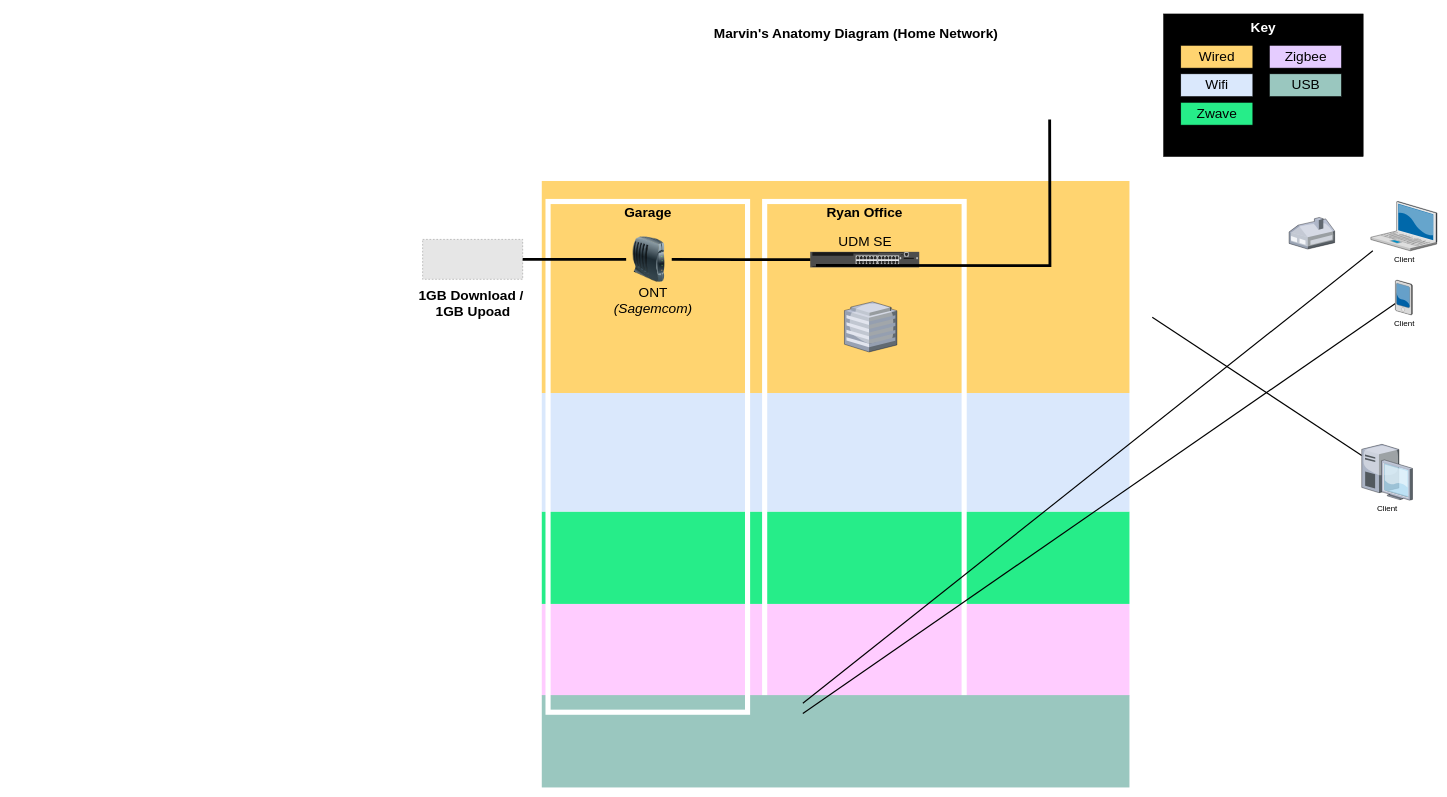
Above: MarvinsAnatomy_20240824_v1.drawio in RyanLynchUF/HomeAssistant (draw.io), before the change. Source tidied: cells renumbered, new cells numbered last; positions are measured from the earlier drawing's top-left corner, leaving out a move shared by most shapes. Both pictures are drawn from the tidied source at 57%, with x=0, y=0 at pixel (418, 14). Pictures stored in the file or linked from it are replaced by grey dashed boxes.
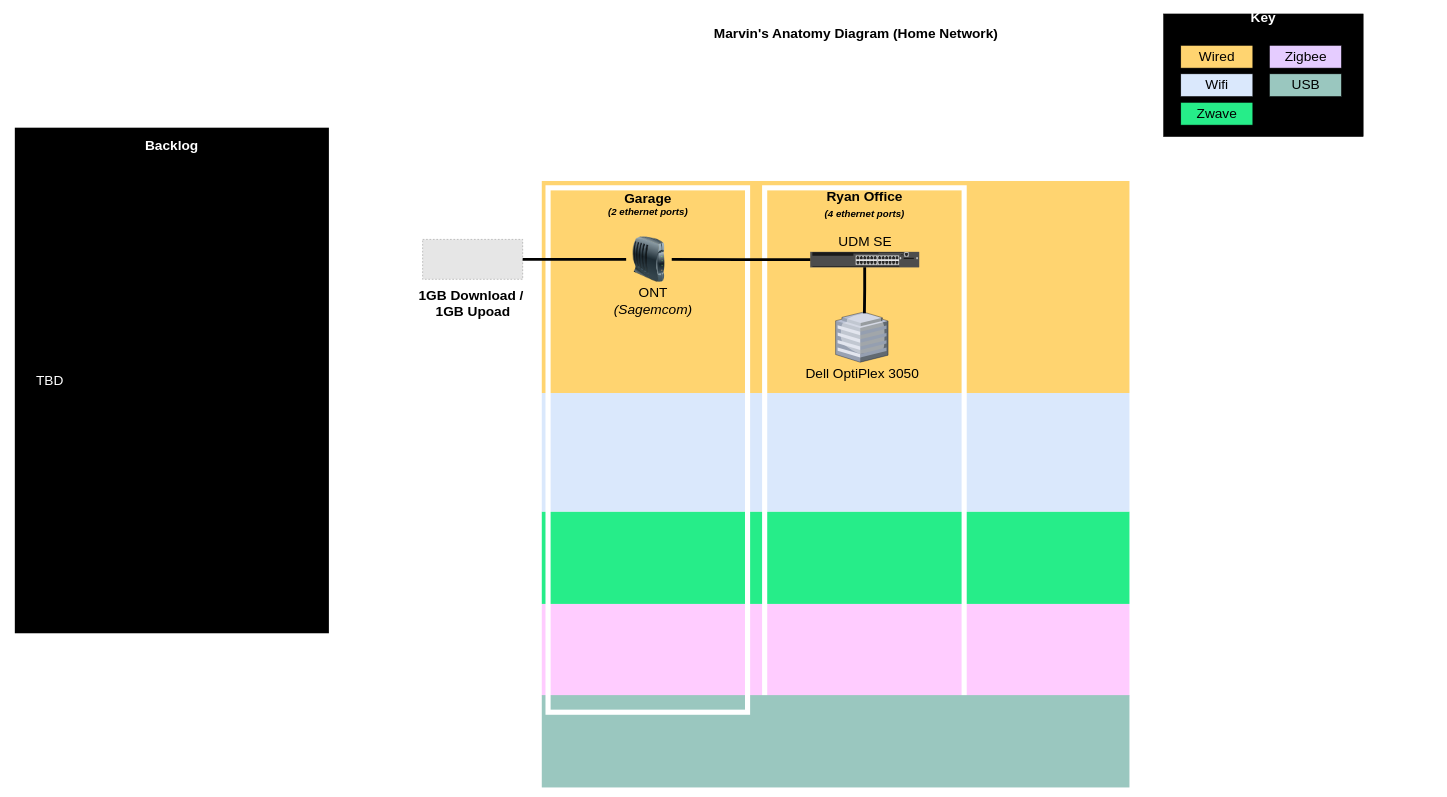
After the change.

The change refers to these unchanged cells:
```xml
<mxCell id="28" style="html=1;verticalLabelPosition=bottom;verticalAlign=top;outlineConnect=0;shadow=0;dashed=0;shape=mxgraph.rack.hpe_aruba.switches.jl071a_hpe_aruba_3810m_24_port_gt_1_slot_switch;" parent="1" vertex="1">
  <mxGeometry x="687" y="417.5" width="191" height="27" as="geometry" />
</mxCell>
```

Change to the diagram source:
```diff
@@
     <mxCell id="6" value="&lt;div&gt;&lt;font style=&quot;font-size: 24px;&quot;&gt;&lt;br&gt;&lt;/font&gt;&lt;/div&gt;" style="rounded=0;whiteSpace=wrap;html=1;fillColor=none;strokeColor=#FFFFFF;strokeWidth=9;" parent="1" vertex="1">
-      <mxGeometry x="607" y="329" width="350" height="896" as="geometry" />
+      <mxGeometry x="607" y="305" width="350" height="920" as="geometry" />
     </mxCell>
@@
-    <mxCell id="8" style="edgeStyle=none;rounded=0;html=1;startSize=10;endSize=10;jettySize=auto;fontSize=14;endArrow=none;endFill=0;strokeWidth=2;" parent="1" edge="1" source="9">
-      <mxGeometry relative="1" as="geometry">
-        <mxPoint x="674" y="1209.2" as="targetPoint" />
-      </mxGeometry>
-    </mxCell>
-    <mxCell id="9" value="Client" style="verticalLabelPosition=bottom;html=1;verticalAlign=top;strokeColor=none;shape=mxgraph.citrix.laptop_2;fillColor=#66B2FF;gradientColor=#0066CC;fontSize=14;" parent="1" vertex="1">
-      <mxGeometry x="1670.5" y="329" width="116" height="86.5" as="geometry" />
-    </mxCell>
-    <mxCell id="10" style="edgeStyle=none;rounded=0;html=1;startSize=10;endSize=10;jettySize=auto;fontSize=14;endArrow=none;endFill=0;strokeWidth=2;" parent="1" edge="1" source="11">
-      <mxGeometry relative="1" as="geometry">
-        <mxPoint x="1287" y="532.1" as="targetPoint" />
-      </mxGeometry>
-    </mxCell>
-    <mxCell id="11" value="Client" style="verticalLabelPosition=bottom;html=1;verticalAlign=top;strokeColor=none;shape=mxgraph.citrix.desktop;fillColor=#66B2FF;gradientColor=#0066CC;fontSize=14;" parent="1" vertex="1">
-      <mxGeometry x="1654.5" y="755" width="89" height="98" as="geometry" />
-    </mxCell>
-    <mxCell id="12" style="edgeStyle=none;rounded=0;html=1;startSize=10;endSize=10;jettySize=auto;fontSize=14;endArrow=none;endFill=0;strokeWidth=2;" parent="1" edge="1" source="13">
-      <mxGeometry relative="1" as="geometry">
-        <mxPoint x="674" y="1227.1" as="targetPoint" />
-      </mxGeometry>
-    </mxCell>
-    <mxCell id="13" value="Client" style="verticalLabelPosition=bottom;html=1;verticalAlign=top;strokeColor=none;shape=mxgraph.citrix.pda;fillColor=#66B2FF;gradientColor=#0066CC;fontSize=14;" parent="1" vertex="1">
-      <mxGeometry x="1713.5" y="467" width="30" height="61" as="geometry" />
-    </mxCell>
-    <mxCell id="14" style="verticalLabelPosition=bottom;html=1;verticalAlign=top;strokeColor=none;shape=mxgraph.citrix.home_office;fillColor=#66B2FF;gradientColor=#0066CC;fontSize=14;" parent="1" vertex="1">
-      <mxGeometry x="1527" y="357" width="80" height="55.5" as="geometry" />
-    </mxCell>
-    <mxCell id="15" style="verticalLabelPosition=bottom;html=1;verticalAlign=top;strokeColor=none;shape=mxgraph.citrix.hq_enterprise;fillColor=#66B2FF;gradientColor=#0066CC;fontSize=14;" parent="1" vertex="1">
-      <mxGeometry x="747" y="505" width="92" height="88" as="geometry" />
+    <mxCell id="15" value="&lt;font style=&quot;font-size: 24px;&quot;&gt;Dell OptiPlex 3050&lt;/font&gt;" style="verticalLabelPosition=bottom;html=1;verticalAlign=top;strokeColor=none;shape=mxgraph.citrix.hq_enterprise;fillColor=#66B2FF;gradientColor=#0066CC;fontSize=14;" parent="1" vertex="1">
+      <mxGeometry x="731.5" y="523" width="92" height="88" as="geometry" />
     </mxCell>
@@
     <mxCell id="17" value="&lt;font color=&quot;#ffffff&quot; style=&quot;font-size: 24px;&quot;&gt;&lt;b&gt;Key&lt;/b&gt;&lt;/font&gt;&lt;div&gt;&lt;font color=&quot;#ffffff&quot; style=&quot;font-size: 24px;&quot;&gt;&lt;b&gt;&lt;br&gt;&lt;/b&gt;&lt;/font&gt;&lt;/div&gt;&lt;div&gt;&lt;font color=&quot;#ffffff&quot; style=&quot;font-size: 24px;&quot;&gt;&lt;b&gt;&lt;br&gt;&lt;/b&gt;&lt;/font&gt;&lt;/div&gt;&lt;div&gt;&lt;font color=&quot;#ffffff&quot; style=&quot;font-size: 24px;&quot;&gt;&lt;b&gt;&lt;br&gt;&lt;/b&gt;&lt;/font&gt;&lt;/div&gt;&lt;div&gt;&lt;font color=&quot;#ffffff&quot; style=&quot;font-size: 24px;&quot;&gt;&lt;b&gt;&lt;br&gt;&lt;/b&gt;&lt;/font&gt;&lt;/div&gt;&lt;div&gt;&lt;font color=&quot;#ffffff&quot; style=&quot;font-size: 24px;&quot;&gt;&lt;b&gt;&lt;br&gt;&lt;/b&gt;&lt;/font&gt;&lt;/div&gt;&lt;div&gt;&lt;font color=&quot;#ffffff&quot; style=&quot;font-size: 24px;&quot;&gt;&lt;b&gt;&lt;br&gt;&lt;/b&gt;&lt;/font&gt;&lt;/div&gt;&lt;div&gt;&lt;font style=&quot;font-size: 24px;&quot;&gt;&lt;br&gt;&lt;/font&gt;&lt;/div&gt;" style="rounded=0;whiteSpace=wrap;html=1;fillColor=#000000;" parent="1" vertex="1">
-      <mxGeometry x="1307" width="350" height="250" as="geometry" />
+      <mxGeometry x="1307" width="350" height="215" as="geometry" />
     </mxCell>
@@
     <mxCell id="20" value="&lt;div&gt;&lt;font style=&quot;font-size: 24px;&quot;&gt;&lt;br&gt;&lt;/font&gt;&lt;/div&gt;" style="rounded=0;whiteSpace=wrap;html=1;fillColor=none;strokeColor=#FFFFFF;strokeWidth=9;" parent="1" vertex="1">
-      <mxGeometry x="227" y="329" width="350" height="896" as="geometry" />
+      <mxGeometry x="227" y="305" width="350" height="920" as="geometry" />
     </mxCell>
-    <mxCell id="21" value="Garage" style="text;strokeColor=none;fillColor=none;html=1;fontSize=24;fontStyle=1;verticalAlign=middle;align=center;" parent="1" vertex="1">
-      <mxGeometry x="307" y="329" width="190" height="40" as="geometry" />
+    <mxCell id="21" value="Garage&lt;div style=&quot;font-size: 17px;&quot;&gt;&lt;font style=&quot;font-size: 17px;&quot;&gt;&lt;i&gt;(2 ethernet ports)&lt;/i&gt;&lt;/font&gt;&lt;/div&gt;" style="text;strokeColor=none;fillColor=none;html=1;fontSize=24;fontStyle=1;verticalAlign=middle;align=center;" parent="1" vertex="1">
+      <mxGeometry x="307" y="314" width="190" height="40" as="geometry" />
     </mxCell>
@@
-    <mxCell id="26" value="Ryan Office" style="text;strokeColor=none;fillColor=none;html=1;fontSize=24;fontStyle=1;verticalAlign=middle;align=center;" parent="1" vertex="1">
-      <mxGeometry x="687" y="329" width="190" height="40" as="geometry" />
+    <mxCell id="26" value="Ryan Office&lt;div&gt;&lt;i style=&quot;--tw-border-spacing-x: 0; --tw-border-spacing-y: 0; --tw-translate-x: 0; --tw-translate-y: 0; --tw-rotate: 0; --tw-skew-x: 0; --tw-skew-y: 0; --tw-scale-x: 1; --tw-scale-y: 1; --tw-pan-x: ; --tw-pan-y: ; --tw-pinch-zoom: ; --tw-scroll-snap-strictness: proximity; --tw-gradient-from-position: ; --tw-gradient-via-position: ; --tw-gradient-to-position: ; --tw-ordinal: ; --tw-slashed-zero: ; --tw-numeric-figure: ; --tw-numeric-spacing: ; --tw-numeric-fraction: ; --tw-ring-inset: ; --tw-ring-offset-width: 0px; --tw-ring-offset-color: #fff; --tw-ring-color: rgb(59 130 246 / .5); --tw-ring-offset-shadow: 0 0 #0000; --tw-ring-shadow: 0 0 #0000; --tw-shadow: 0 0 #0000; --tw-shadow-colored: 0 0 #0000; --tw-blur: ; --tw-brightness: ; --tw-contrast: ; --tw-grayscale: ; --tw-hue-rotate: ; --tw-invert: ; --tw-saturate: ; --tw-sepia: ; --tw-drop-shadow: ; --tw-backdrop-blur: ; --tw-backdrop-brightness: ; --tw-backdrop-contrast: ; --tw-backdrop-grayscale: ; --tw-backdrop-hue-rotate: ; --tw-backdrop-invert: ; --tw-backdrop-opacity: ; --tw-backdrop-saturate: ; --tw-backdrop-sepia: ; font-size: 17px;&quot;&gt;(4 ethernet ports)&lt;/i&gt;&lt;br&gt;&lt;/div&gt;" style="text;strokeColor=none;fillColor=none;html=1;fontSize=24;fontStyle=1;verticalAlign=middle;align=center;" parent="1" vertex="1">
+      <mxGeometry x="687" y="314" width="190" height="40" as="geometry" />
     </mxCell>
@@
-    <mxCell id="34" style="edgeStyle=orthogonalEdgeStyle;rounded=0;html=1;startSize=10;endSize=10;jettySize=auto;orthogonalLoop=1;fontSize=14;endArrow=none;endFill=0;strokeWidth=5;" parent="1" edge="1">
-      <mxGeometry relative="1" as="geometry">
-        <mxPoint x="697" y="441" as="sourcePoint" />
-        <mxPoint x="1107" y="185" as="targetPoint" />
-      </mxGeometry>
+    <mxCell id="34" style="edgeStyle=orthogonalEdgeStyle;rounded=0;html=1;startSize=10;endSize=10;jettySize=auto;fontSize=14;endArrow=none;endFill=0;strokeWidth=5;entryX=0.549;entryY=0.023;entryDx=0;entryDy=0;entryPerimeter=0;" parent="1" edge="1" source="28" target="15">
+      <mxGeometry relative="1" as="geometry" />
     </mxCell>
+    <mxCell id="35" value="&lt;ul&gt;&lt;li&gt;&lt;font style=&quot;font-size: 24px;&quot; color=&quot;#ffffff&quot;&gt;TBD&lt;/font&gt;&lt;/li&gt;&lt;/ul&gt;" style="rounded=0;whiteSpace=wrap;html=1;fillColor=#000000;strokeColor=#FFFFFF;strokeWidth=9;align=left;" parent="1" vertex="1">
+      <mxGeometry x="-713" y="195" width="560" height="896" as="geometry" />
+    </mxCell>
+    <mxCell id="36" value="&lt;h2 style=&quot;--tw-border-spacing-x: 0; --tw-border-spacing-y: 0; --tw-translate-x: 0; --tw-translate-y: 0; --tw-rotate: 0; --tw-skew-x: 0; --tw-skew-y: 0; --tw-scale-x: 1; --tw-scale-y: 1; --tw-pan-x: ; --tw-pan-y: ; --tw-pinch-zoom: ; --tw-scroll-snap-strictness: proximity; --tw-gradient-from-position: ; --tw-gradient-via-position: ; --tw-gradient-to-position: ; --tw-ordinal: ; --tw-slashed-zero: ; --tw-numeric-figure: ; --tw-numeric-spacing: ; --tw-numeric-fraction: ; --tw-ring-inset: ; --tw-ring-offset-width: 0px; --tw-ring-offset-color: #fff; --tw-ring-color: rgb(59 130 246 / .5); --tw-ring-offset-shadow: 0 0 #0000; --tw-ring-shadow: 0 0 #0000; --tw-shadow: 0 0 #0000; --tw-shadow-colored: 0 0 #0000; --tw-blur: ; --tw-brightness: ; --tw-contrast: ; --tw-grayscale: ; --tw-hue-rotate: ; --tw-invert: ; --tw-saturate: ; --tw-sepia: ; --tw-drop-shadow: ; --tw-backdrop-blur: ; --tw-backdrop-brightness: ; --tw-backdrop-contrast: ; --tw-backdrop-grayscale: ; --tw-backdrop-hue-rotate: ; --tw-backdrop-invert: ; --tw-backdrop-opacity: ; --tw-backdrop-saturate: ; --tw-backdrop-sepia: ; color: rgb(0, 0, 0); font-family: Helvetica; font-style: normal; font-variant-ligatures: normal; font-variant-caps: normal; letter-spacing: normal; orphans: 2; text-indent: 0px; text-transform: none; widows: 2; word-spacing: 0px; -webkit-text-stroke-width: 0px; white-space: normal; text-decoration-thickness: initial; text-decoration-style: initial; text-decoration-color: initial;&quot;&gt;&lt;font color=&quot;#ffffff&quot; style=&quot;--tw-border-spacing-x: 0; --tw-border-spacing-y: 0; --tw-translate-x: 0; --tw-translate-y: 0; --tw-rotate: 0; --tw-skew-x: 0; --tw-skew-y: 0; --tw-scale-x: 1; --tw-scale-y: 1; --tw-pan-x: ; --tw-pan-y: ; --tw-pinch-zoom: ; --tw-scroll-snap-strictness: proximity; --tw-gradient-from-position: ; --tw-gradient-via-position: ; --tw-gradient-to-position: ; --tw-ordinal: ; --tw-slashed-zero: ; --tw-numeric-figure: ; --tw-numeric-spacing: ; --tw-numeric-fraction: ; --tw-ring-inset: ; --tw-ring-offset-width: 0px; --tw-ring-offset-color: #fff; --tw-ring-color: rgb(59 130 246 / .5); --tw-ring-offset-shadow: 0 0 #0000; --tw-ring-shadow: 0 0 #0000; --tw-shadow: 0 0 #0000; --tw-shadow-colored: 0 0 #0000; --tw-blur: ; --tw-brightness: ; --tw-contrast: ; --tw-grayscale: ; --tw-hue-rotate: ; --tw-invert: ; --tw-saturate: ; --tw-sepia: ; --tw-drop-shadow: ; --tw-backdrop-blur: ; --tw-backdrop-brightness: ; --tw-backdrop-contrast: ; --tw-backdrop-grayscale: ; --tw-backdrop-hue-rotate: ; --tw-backdrop-invert: ; --tw-backdrop-opacity: ; --tw-backdrop-saturate: ; --tw-backdrop-sepia: ; font-size: 24px; background-color: rgb(0, 0, 0);&quot;&gt;Backlog&lt;/font&gt;&lt;/h2&gt;" style="text;whiteSpace=wrap;html=1;align=center;" parent="1" vertex="1">
+      <mxGeometry x="-498" y="195" width="130" height="80" as="geometry" />
+    </mxCell>
```
